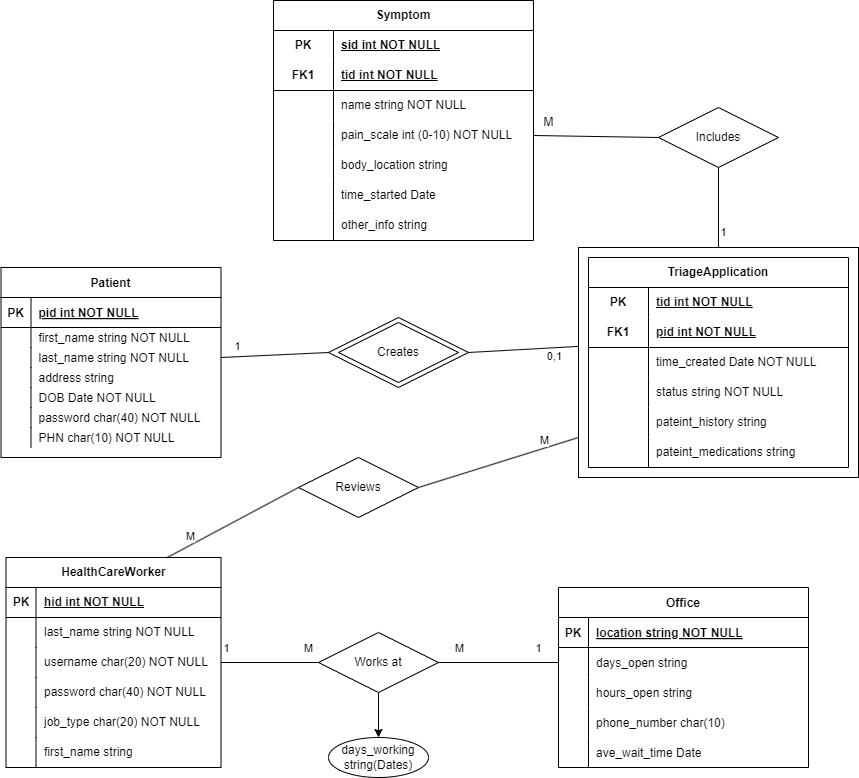
Earlier version of the draw.io export Milestone2/Diagrams/pngs/ERD.drawio.png (SENG-350-2024-fall/Team5). Source tidied: cells renumbered, new cells last; positions are measured from the earlier drawing's top-left corner, leaving out a move shared by most shapes.
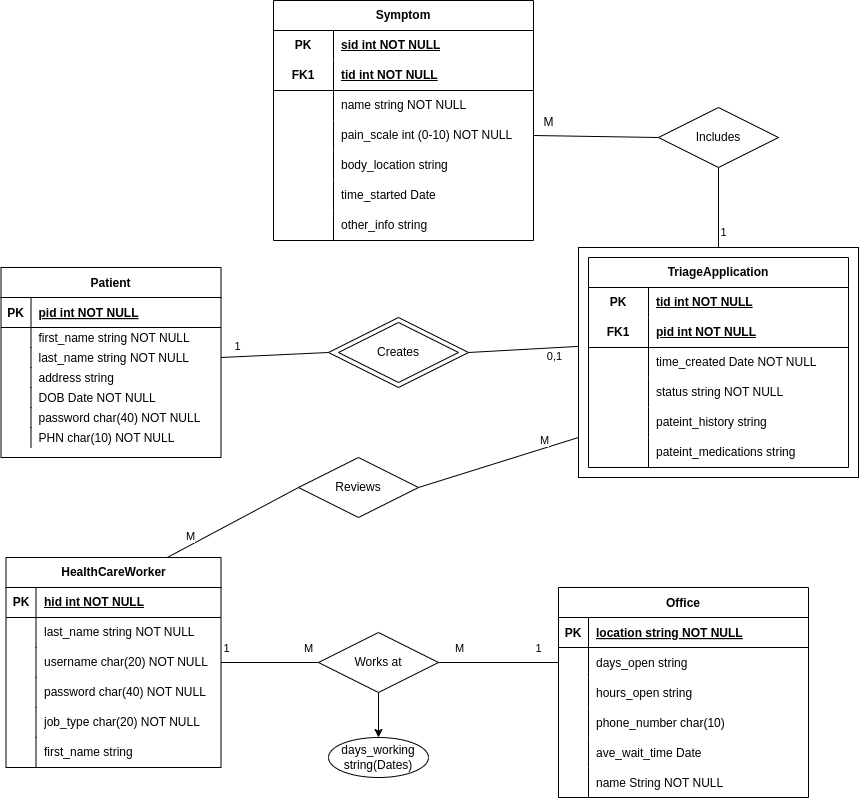
The same file after the commit.

The edit, as a diff of the source:
```diff
@@ -3,7 +3,7 @@
     <mxCell id="0" />
     <mxCell id="1" parent="0" />
     <mxCell id="2" value="Office" style="shape=table;startSize=30;rowLines=0;fontStyle=1;align=center;" parent="1" vertex="1">
-      <mxGeometry x="558" y="587" width="250" height="180" as="geometry" />
+      <mxGeometry x="558" y="587" width="250" height="210" as="geometry" />
     </mxCell>
     <mxCell id="3" style="shape=partialRectangle;fillColor=none;top=0;left=0;right=0;bottom=1;" parent="2" vertex="1">
       <mxGeometry y="30" width="250" height="30" as="geometry" />
@@ -50,6 +50,15 @@
     <mxCell id="17" value="ave_wait_time Date" style="shape=partialRectangle;overflow=hidden;fillColor=none;top=0;left=0;bottom=0;right=0;align=left;spacingLeft=6;" parent="15" vertex="1">
       <mxGeometry x="30" width="220" height="30" as="geometry" />
     </mxCell>
+    <mxCell id="128" style="shape=partialRectangle;fillColor=none;top=0;left=0;right=0;bottom=0;" parent="2" vertex="1">
+      <mxGeometry y="180" width="250" height="30" as="geometry" />
+    </mxCell>
+    <mxCell id="129" style="shape=partialRectangle;overflow=hidden;fillColor=none;top=0;left=0;bottom=0;right=0;" parent="128" vertex="1">
+      <mxGeometry width="30" height="30" as="geometry" />
+    </mxCell>
+    <mxCell id="130" value="name String NOT NULL" style="shape=partialRectangle;overflow=hidden;fillColor=none;top=0;left=0;bottom=0;right=0;align=left;spacingLeft=6;" parent="128" vertex="1">
+      <mxGeometry x="30" width="220" height="30" as="geometry" />
+    </mxCell>
     <mxCell id="18" value="Patient" style="shape=table;startSize=30;rowLines=0;fontStyle=1;align=center;" parent="1" vertex="1">
       <mxGeometry x="0.5" y="267" width="220" height="190" as="geometry" />
     </mxCell>
```
